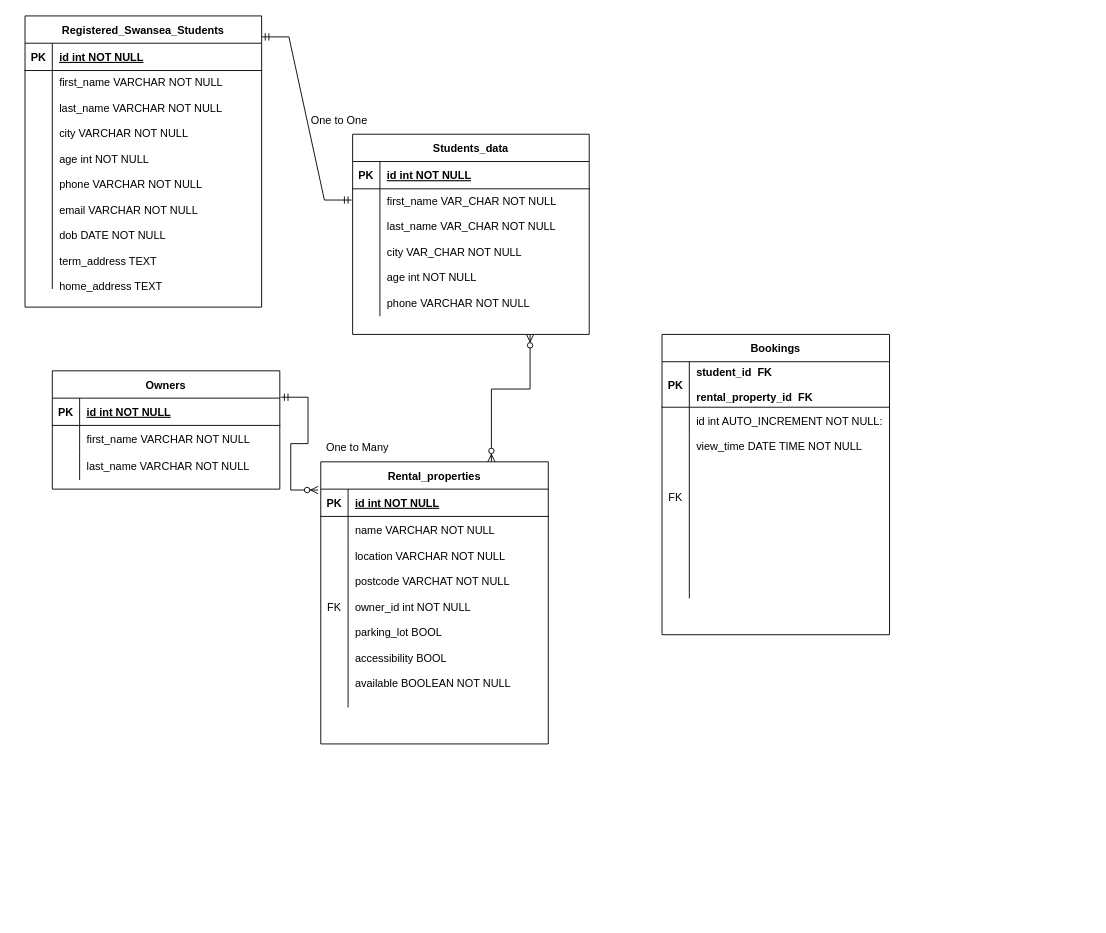
Eebru-gzy/Draw.io-repo keeps this draw.io diagram as Untitled Diagram.drawio. Above is the earlier version. Source tidied: cells renumbered, new cells numbered last; positions are measured from the earlier drawing's top-left corner, leaving out a move shared by most shapes. Both pictures are drawn from the tidied source at 91%, with x=0, y=0 at pixel (25, 15).
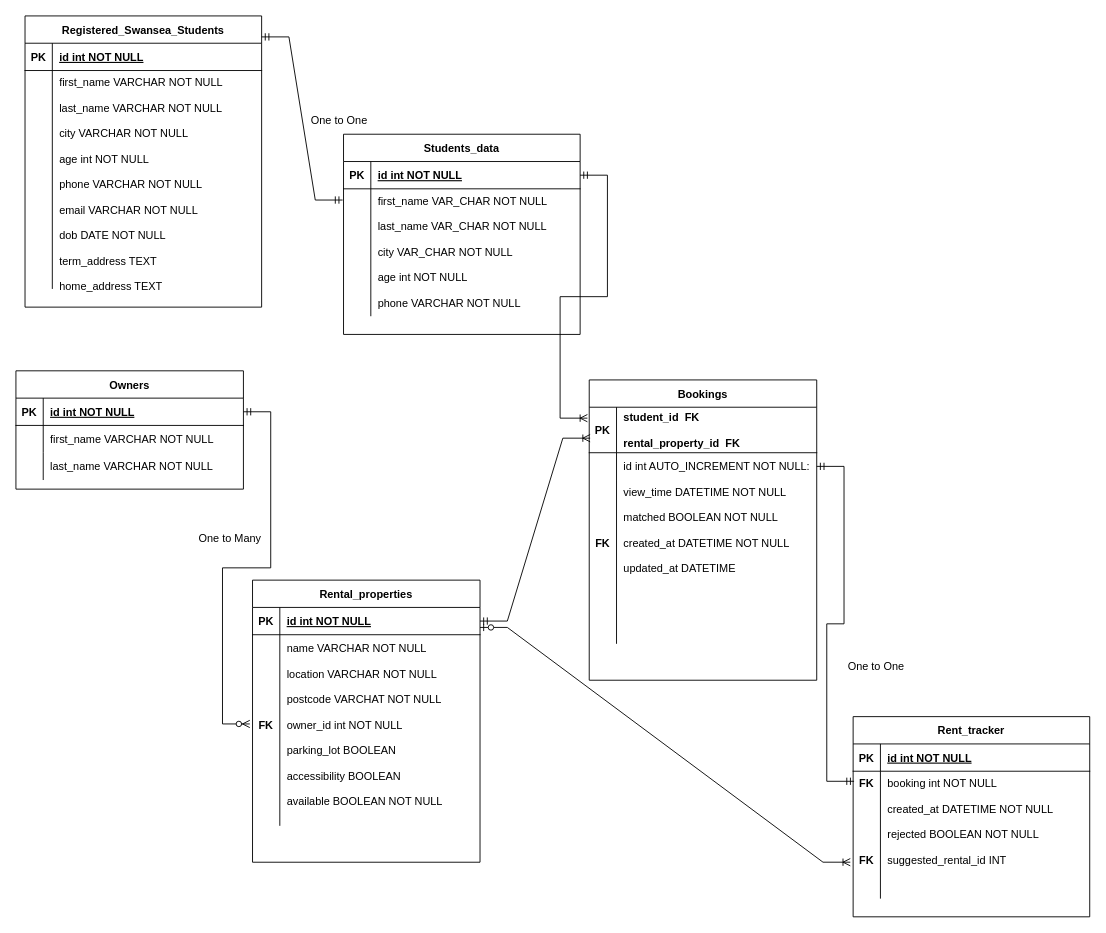
Above is the later version.

The change refers to these unchanged cells:
```xml
<mxCell id="3" style="shape=partialRectangle;fillColor=none;points=[[0,0.5],[1,0.5]];portConstraint=eastwest;top=0;left=0;right=0;bottom=1;" parent="2" vertex="1">
  <mxGeometry y="30" width="250" height="30" as="geometry" />
</mxCell>
<mxCell id="9" style="shape=partialRectangle;fillColor=none;points=[[0,0.5],[1,0.5]];portConstraint=eastwest;top=0;left=0;right=0;bottom=0;" parent="2" vertex="1">
  <mxGeometry y="90" width="250" height="180" as="geometry" />
</mxCell>
<mxCell id="13" style="shape=partialRectangle;fillColor=none;points=[[0,0.5],[1,0.5]];portConstraint=eastwest;top=0;left=0;right=0;bottom=1;" parent="12" vertex="1">
  <mxGeometry y="30" width="250" height="30" as="geometry" />
</mxCell>
<mxCell id="30" style="shape=partialRectangle;fillColor=none;points=[[0,0.5],[1,0.5]];portConstraint=eastwest;top=0;left=0;right=0;bottom=1;" parent="29" vertex="1">
  <mxGeometry y="30" width="260" height="30" as="geometry" />
</mxCell>
<mxCell id="41" style="shape=partialRectangle;fillColor=none;points=[[0,0.5],[1,0.5]];portConstraint=eastwest;top=0;left=0;right=0;bottom=1;" parent="40" vertex="1">
  <mxGeometry y="30" width="250" height="50" as="geometry" />
</mxCell>
<mxCell id="44" style="shape=partialRectangle;fillColor=none;points=[[0,0.5],[1,0.5]];portConstraint=eastwest;top=0;left=0;right=0;bottom=0;" parent="40" vertex="1">
  <mxGeometry y="80" width="250" height="30" as="geometry" />
</mxCell>
<mxCell id="47" style="shape=partialRectangle;fillColor=none;top=0;left=0;right=0;bottom=0;" parent="40" vertex="1">
  <mxGeometry y="110" width="250" height="180" as="geometry" />
</mxCell>
```

Diff of the diagram source:
```diff
@@
     <mxCell id="2" value="Rental_properties" style="shape=table;startSize=30;childLayout=tableLayout;rowLines=0;fontStyle=1;align=center;" parent="1" vertex="1">
-      <mxGeometry x="325" y="490" width="250" height="310" as="geometry" />
+      <mxGeometry x="250" y="620" width="250" height="310" as="geometry" />
     </mxCell>
@@
-    <mxCell id="10" value="&#10;&#10;&#10;&#10;FK" style="shape=partialRectangle;overflow=hidden;fillColor=none;top=0;left=0;bottom=0;right=0;verticalAlign=top;" parent="9" vertex="1">
+    <mxCell id="10" value="&#10;&#10;&#10;&#10;FK" style="shape=partialRectangle;overflow=hidden;fillColor=none;top=0;left=0;bottom=0;right=0;verticalAlign=top;fontStyle=1;" parent="9" vertex="1">
       <mxGeometry width="30" height="180" as="geometry" />
     </mxCell>
-    <mxCell id="11" value="location VARCHAR NOT NULL&#10;&#10;postcode VARCHAT NOT NULL&#10;&#10;owner_id int NOT NULL&#10;&#10;parking_lot BOOL&#10;&#10;accessibility BOOL&#10;&#10;available BOOLEAN NOT NULL" style="shape=partialRectangle;overflow=hidden;fillColor=none;top=0;left=0;bottom=0;right=0;align=left;spacingLeft=6;verticalAlign=top;" parent="9" vertex="1">
+    <mxCell id="11" value="location VARCHAR NOT NULL&#10;&#10;postcode VARCHAT NOT NULL&#10;&#10;owner_id int NOT NULL&#10;&#10;parking_lot BOOLEAN&#10;&#10;accessibility BOOLEAN&#10;&#10;available BOOLEAN NOT NULL" style="shape=partialRectangle;overflow=hidden;fillColor=none;top=0;left=0;bottom=0;right=0;align=left;spacingLeft=6;verticalAlign=top;" parent="9" vertex="1">
       <mxGeometry x="30" width="220" height="180" as="geometry" />
     </mxCell>
     <mxCell id="12" value="Owners" style="shape=table;startSize=30;childLayout=tableLayout;rowLines=0;fontStyle=1;align=center;" parent="1" vertex="1">
-      <mxGeometry x="30" y="390" width="250" height="130" as="geometry" />
+      <mxGeometry x="-10" y="390" width="250" height="130" as="geometry" />
     </mxCell>
@@
     <mxCell id="29" value="Students_data" style="shape=table;startSize=30;childLayout=tableLayout;rowLines=0;fontStyle=1;align=center;" parent="1" vertex="1">
-      <mxGeometry x="360" y="130" width="260" height="220" as="geometry" />
+      <mxGeometry x="350" y="130" width="260" height="220" as="geometry" />
     </mxCell>
@@
-    <mxCell id="37" style="edgeStyle=entityRelationEdgeStyle;fontSize=12;html=1;endArrow=ERzeroToMany;startArrow=ERmandOne;rounded=0;exitX=1.004;exitY=-0.033;exitDx=0;exitDy=0;exitPerimeter=0;entryX=-0.012;entryY=0.033;entryDx=0;entryDy=0;entryPerimeter=0;" parent="1" edge="1" source="13" target="3">
+    <mxCell id="37" style="edgeStyle=entityRelationEdgeStyle;fontSize=12;html=1;endArrow=ERzeroToMany;startArrow=ERmandOne;rounded=0;exitX=1;exitY=0.5;exitDx=0;exitDy=0;entryX=-0.012;entryY=0.378;entryDx=0;entryDy=0;entryPerimeter=0;" parent="1" edge="1" source="13" target="9">
       <mxGeometry relative="1" as="geometry" />
     </mxCell>
     <mxCell id="38" value="One to Many" style="text;html=1;align=center;verticalAlign=middle;strokeColor=none;fillColor=none;" parent="1" vertex="1">
-      <mxGeometry x="320" y="460" width="90" height="30" as="geometry" />
+      <mxGeometry x="180" y="560" width="90" height="30" as="geometry" />
     </mxCell>
@@
     <mxCell id="40" value="Bookings" style="shape=table;startSize=30;childLayout=tableLayout;rowLines=0;fontStyle=1;align=center;" parent="1" vertex="1">
-      <mxGeometry x="700" y="350" width="250" height="330" as="geometry" />
+      <mxGeometry x="620" y="400" width="250" height="330" as="geometry" />
     </mxCell>
@@
-    <mxCell id="48" value="&#10;&#10;&#10;&#10;FK" style="shape=partialRectangle;overflow=hidden;fillColor=none;top=0;left=0;bottom=0;right=0;verticalAlign=top;" parent="47" vertex="1">
+    <mxCell id="48" value="&#10;&#10;&#10;&#10;FK" style="shape=partialRectangle;overflow=hidden;fillColor=none;top=0;left=0;bottom=0;right=0;verticalAlign=top;fontStyle=1;" parent="47" vertex="1">
       <mxGeometry width="30" height="180" as="geometry" />
     </mxCell>
-    <mxCell id="49" value="view_time DATE TIME NOT NULL" style="shape=partialRectangle;overflow=hidden;fillColor=none;top=0;left=0;bottom=0;right=0;align=left;spacingLeft=6;verticalAlign=top;" parent="47" vertex="1">
+    <mxCell id="49" value="view_time DATETIME NOT NULL&#10;&#10;matched BOOLEAN NOT NULL&#10;&#10;created_at DATETIME NOT NULL&#10;&#10;updated_at DATETIME&#10;&#10;" style="shape=partialRectangle;overflow=hidden;fillColor=none;top=0;left=0;bottom=0;right=0;align=left;spacingLeft=6;verticalAlign=top;" parent="47" vertex="1">
       <mxGeometry x="30" width="220" height="180" as="geometry" />
     </mxCell>
-    <mxCell id="50" style="edgeStyle=elbowEdgeStyle;fontSize=12;html=1;endArrow=ERzeroToMany;endFill=1;startArrow=ERzeroToMany;rounded=0;elbow=vertical;exitX=0.75;exitY=0;exitDx=0;exitDy=0;entryX=0.75;entryY=1;entryDx=0;entryDy=0;" parent="1" edge="1" source="2" target="29">
-      <mxGeometry relative="1" as="geometry">
-        <Array as="points">
-          <mxPoint x="530" y="410" />
-          <mxPoint x="640" y="380" />
-          <mxPoint x="650" y="450" />
-        </Array>
-      </mxGeometry>
-    </mxCell>
+    <mxCell id="51" style="edgeStyle=entityRelationEdgeStyle;fontSize=12;html=1;endArrow=ERoneToMany;startArrow=ERmandOne;rounded=0;elbow=vertical;exitX=1;exitY=0.5;exitDx=0;exitDy=0;entryX=0.004;entryY=0.68;entryDx=0;entryDy=0;entryPerimeter=0;" parent="1" edge="1" source="3" target="41">
+      <mxGeometry relative="1" as="geometry" />
+    </mxCell>
+    <mxCell id="52" style="edgeStyle=entityRelationEdgeStyle;fontSize=12;html=1;endArrow=ERoneToMany;startArrow=ERmandOne;rounded=0;elbow=vertical;exitX=1;exitY=0.5;exitDx=0;exitDy=0;entryX=-0.008;entryY=0.24;entryDx=0;entryDy=0;entryPerimeter=0;" parent="1" edge="1" source="30" target="41">
+      <mxGeometry relative="1" as="geometry" />
+    </mxCell>
+    <mxCell id="53" value="Rent_tracker" style="shape=table;startSize=30;childLayout=tableLayout;rowLines=0;fontStyle=1;align=center;" parent="1" vertex="1">
+      <mxGeometry x="910" y="770" width="260" height="220" as="geometry" />
+    </mxCell>
+    <mxCell id="54" style="shape=partialRectangle;fillColor=none;top=0;left=0;right=0;bottom=1;" parent="53" vertex="1">
+      <mxGeometry y="30" width="260" height="30" as="geometry" />
+    </mxCell>
+    <mxCell id="55" value="PK" style="shape=partialRectangle;overflow=hidden;fillColor=none;top=0;left=0;bottom=0;right=0;fontStyle=1;" parent="54" vertex="1">
+      <mxGeometry width="30" height="30" as="geometry" />
+    </mxCell>
+    <mxCell id="56" value="id int NOT NULL " style="shape=partialRectangle;overflow=hidden;fillColor=none;top=0;left=0;bottom=0;right=0;align=left;spacingLeft=6;fontStyle=5;" parent="54" vertex="1">
+      <mxGeometry x="30" width="230" height="30" as="geometry" />
+    </mxCell>
+    <mxCell id="57" style="shape=partialRectangle;fillColor=none;points=[[0,0.5],[1,0.5]];portConstraint=eastwest;top=0;left=0;right=0;bottom=0;" parent="53" vertex="1">
+      <mxGeometry y="60" width="260" height="140" as="geometry" />
+    </mxCell>
+    <mxCell id="58" value="FK&#10;&#10;&#10;&#10;&#10;&#10;FK" style="shape=partialRectangle;overflow=hidden;fillColor=none;top=0;left=0;bottom=0;right=0;verticalAlign=top;fontStyle=1;" parent="57" vertex="1">
+      <mxGeometry width="30" height="140" as="geometry" />
+    </mxCell>
+    <mxCell id="59" value="booking int NOT NULL&#10;&#10;created_at DATETIME NOT NULL&#10;&#10;rejected BOOLEAN NOT NULL&#10;&#10;suggested_rental_id INT&#10;&#10;" style="shape=partialRectangle;overflow=hidden;fillColor=none;top=0;left=0;bottom=0;right=0;align=left;spacingLeft=6;verticalAlign=top;fontStyle=0;" parent="57" vertex="1">
+      <mxGeometry x="30" width="230" height="140" as="geometry" />
+    </mxCell>
+    <mxCell id="60" style="edgeStyle=entityRelationEdgeStyle;fontSize=12;html=1;endArrow=ERmandOne;startArrow=ERmandOne;rounded=0;exitX=1;exitY=0.5;exitDx=0;exitDy=0;entryX=0.004;entryY=0.079;entryDx=0;entryDy=0;entryPerimeter=0;" parent="1" edge="1" source="44" target="57">
+      <mxGeometry relative="1" as="geometry" />
+    </mxCell>
+    <mxCell id="61" value="One to One" style="text;html=1;align=center;verticalAlign=middle;strokeColor=none;fillColor=none;" parent="1" vertex="1">
+      <mxGeometry x="890" y="700" width="90" height="30" as="geometry" />
+    </mxCell>
+    <mxCell id="62" style="edgeStyle=entityRelationEdgeStyle;fontSize=12;html=1;endArrow=ERoneToMany;startArrow=ERzeroToOne;rounded=0;entryX=-0.012;entryY=0.714;entryDx=0;entryDy=0;entryPerimeter=0;exitX=1;exitY=0.733;exitDx=0;exitDy=0;exitPerimeter=0;" parent="1" edge="1" source="3" target="57">
+      <mxGeometry relative="1" as="geometry" />
+    </mxCell>
```
